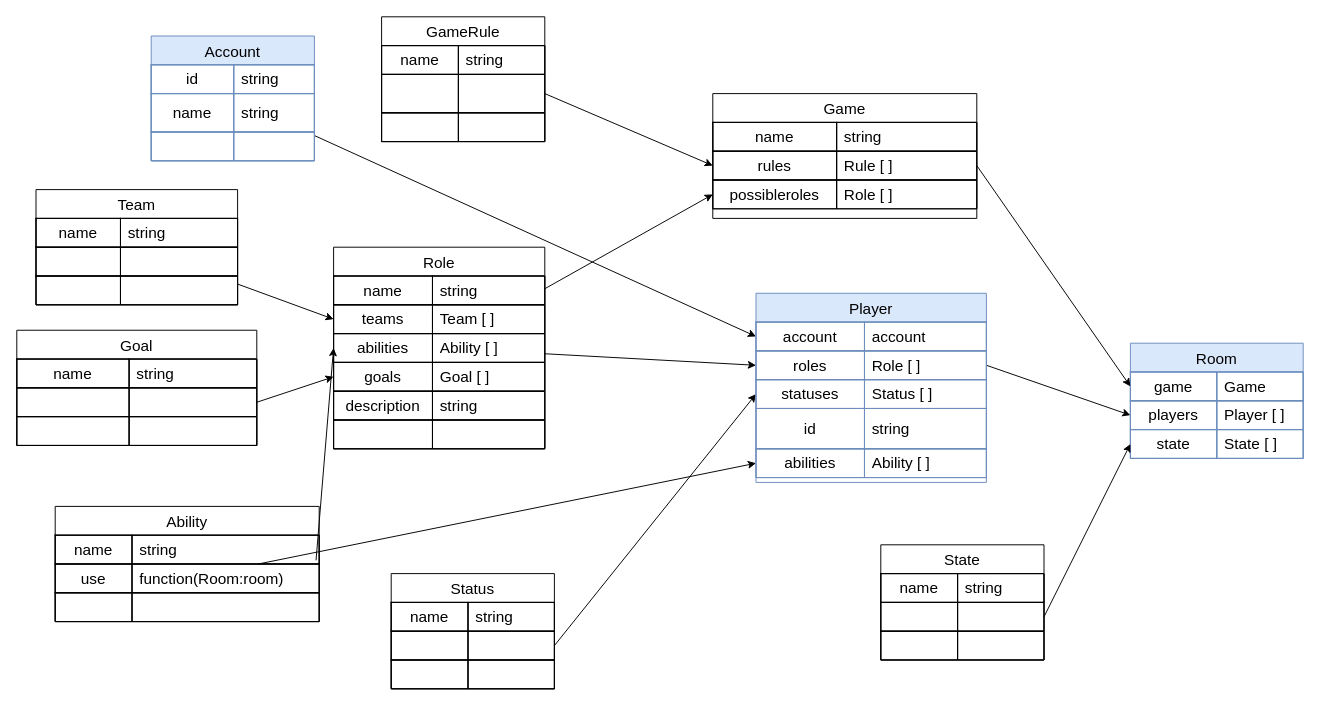
JohnPBlack89/SlyDevil keeps this draw.io diagram as docs/engine.drawio. Above is the earlier version. Source tidied: cells renumbered, new cells numbered last; positions are measured from the earlier drawing's top-left corner, leaving out a move shared by most shapes. Both pictures are drawn from the tidied source at 96%, with x=0, y=0 at pixel (16, 16).
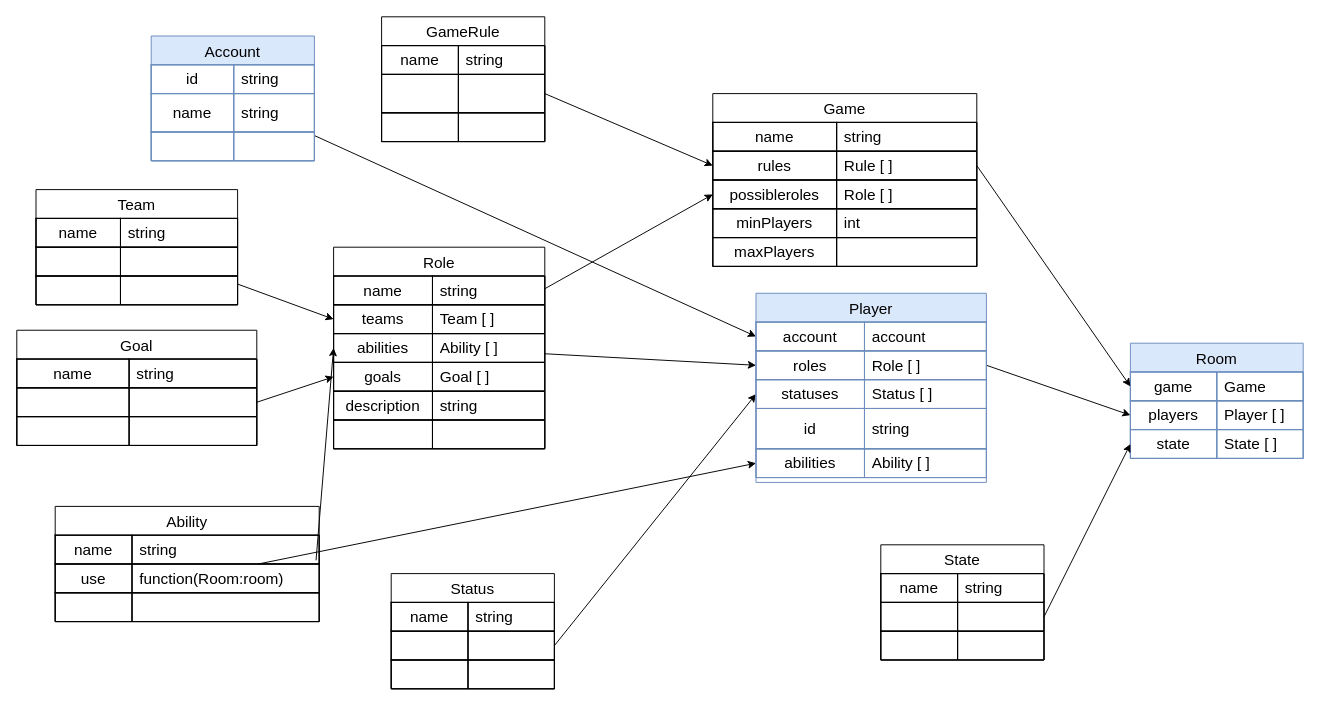
The same page after the edit.

What changed in the source:
```diff
@@
     <mxCell id="89" value="Game" style="shape=table;tableRender=collapsed;startSize=30;childLayout=tableLayout;rowLines=0;fontStyle=0;strokeColor=default;fontSize=16;" parent="1" vertex="1">
-      <mxGeometry x="725" y="80" width="275" height="130" as="geometry" />
+      <mxGeometry x="725" y="80" width="275" height="180" as="geometry" />
     </mxCell>
@@
+    <mxCell id="139" style="shape=tableRow;horizontal=0;startSize=0;swimlaneHead=0;swimlaneBody=0;fillColor=none;strokeColor=inherit;fontSize=16;" parent="89" vertex="1">
+      <mxGeometry y="120" width="275" height="30" as="geometry" />
+    </mxCell>
+    <mxCell id="140" value="minPlayers" style="shape=partialRectangle;html=1;whiteSpace=wrap;fillColor=none;overflow=hidden;strokeColor=inherit;fontSize=16;" parent="139" vertex="1">
+      <mxGeometry width="129" height="30" as="geometry" />
+    </mxCell>
+    <mxCell id="141" value="int" style="shape=partialRectangle;html=1;whiteSpace=wrap;fillColor=none;align=left;spacingLeft=6;overflow=hidden;strokeColor=inherit;fontSize=16;" parent="139" vertex="1">
+      <mxGeometry x="129" width="146" height="30" as="geometry" />
+    </mxCell>
+    <mxCell id="142" style="shape=tableRow;horizontal=0;startSize=0;swimlaneHead=0;swimlaneBody=0;fillColor=none;strokeColor=inherit;fontSize=16;" parent="89" vertex="1">
+      <mxGeometry y="150" width="275" height="30" as="geometry" />
+    </mxCell>
+    <mxCell id="143" value="maxPlayers" style="shape=partialRectangle;html=1;whiteSpace=wrap;fillColor=none;overflow=hidden;strokeColor=inherit;fontSize=16;" parent="142" vertex="1">
+      <mxGeometry width="129" height="30" as="geometry" />
+    </mxCell>
+    <mxCell id="144" style="shape=partialRectangle;html=1;whiteSpace=wrap;fillColor=none;align=left;spacingLeft=6;overflow=hidden;strokeColor=inherit;fontSize=16;" parent="142" vertex="1">
+      <mxGeometry x="129" width="146" height="30" as="geometry" />
+    </mxCell>
```
